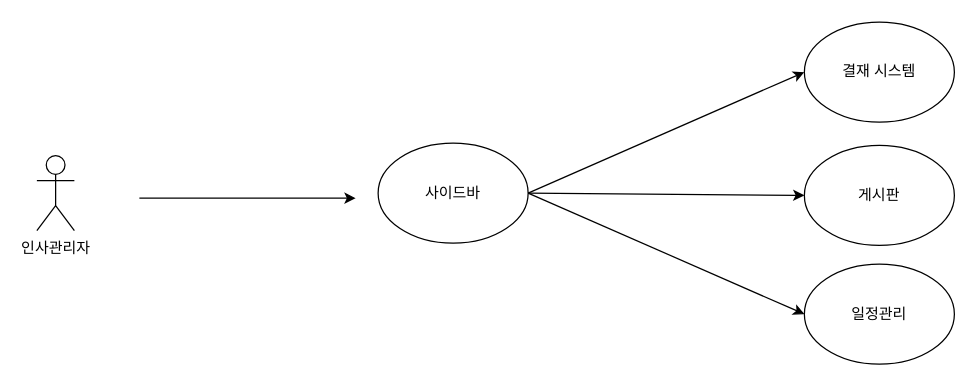
Earlier version of the draw.io diagram 일반 사원 사이드바.drawio (fury2019/Diagram). Source tidied: cells renumbered, new cells numbered last; positions are measured from the earlier drawing's top-left corner, leaving out a move shared by most shapes. Both pictures are drawn from the tidied source at 125%, with x=0, y=0 at pixel (36, 21).
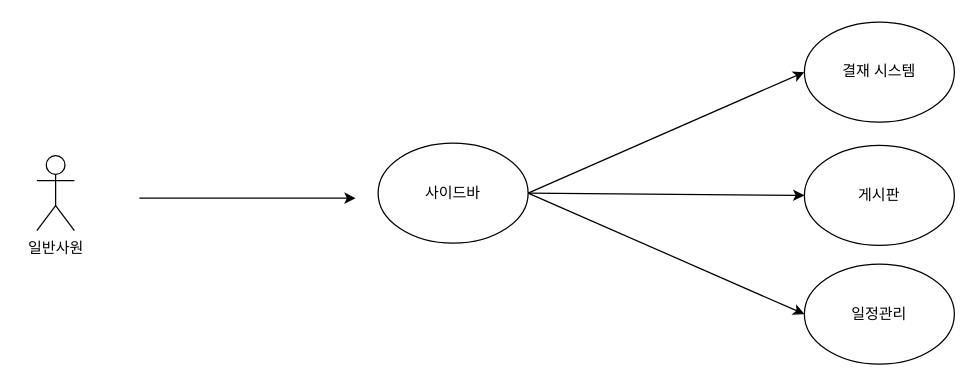
After the change.

Commit message:
일반 사원 사이드바.drawio 업데이트

Change to the diagram source:
```diff
@@
 <mxGraphModel>
   <root>
     <mxCell id="0" />
     <mxCell id="1" parent="0" />
-    <mxCell id="2" value="인사&lt;span style=&quot;background-color: transparent; color: light-dark(rgb(0, 0, 0), rgb(255, 255, 255));&quot;&gt;관리자&lt;/span&gt;&lt;div&gt;&lt;div&gt;&lt;br&gt;&lt;/div&gt;&lt;/div&gt;" style="shape=umlActor;verticalLabelPosition=bottom;verticalAlign=top;html=1;" parent="1" vertex="1">
+    <mxCell id="2" value="일반사원" style="shape=umlActor;verticalLabelPosition=bottom;verticalAlign=top;html=1;" parent="1" vertex="1">
       <mxGeometry y="107" width="30" height="60" as="geometry" />
     </mxCell>
     <mxCell id="3" value="사이드바" style="ellipse;whiteSpace=wrap;html=1;" parent="1" vertex="1">
       <mxGeometry x="273" y="97" width="120" height="80" as="geometry" />
     </mxCell>
     <mxCell id="4" value="결재 시스템" style="ellipse;whiteSpace=wrap;html=1;" parent="1" vertex="1">
       <mxGeometry x="614" y="0.2" width="120" height="80" as="geometry" />
     </mxCell>
     <mxCell id="5" style="endArrow=classic;html=1;rounded=0;entryX=0;entryY=0.5;entryDx=0;entryDy=0;exitX=1;exitY=0.5;exitDx=0;exitDy=0;" parent="1" edge="1" source="3" target="4">
       <mxGeometry relative="1" as="geometry" />
     </mxCell>
     <mxCell id="6" style="endArrow=classic;html=1;rounded=0;" parent="1" edge="1">
       <mxGeometry relative="1" as="geometry">
         <mxPoint x="82" y="141" as="sourcePoint" />
         <mxPoint x="255" y="141" as="targetPoint" />
       </mxGeometry>
     </mxCell>
     <mxCell id="7" value="게시판" style="ellipse;whiteSpace=wrap;html=1;" parent="1" vertex="1">
       <mxGeometry x="614" y="98.8" width="120" height="80" as="geometry" />
     </mxCell>
     <mxCell id="8" value="일정관리" style="ellipse;whiteSpace=wrap;html=1;" parent="1" vertex="1">
       <mxGeometry x="614" y="193.8" width="120" height="80" as="geometry" />
     </mxCell>
     <mxCell id="9" style="endArrow=classic;html=1;rounded=0;entryX=0;entryY=0.5;entryDx=0;entryDy=0;exitX=1;exitY=0.5;exitDx=0;exitDy=0;" parent="1" edge="1" source="3" target="7">
       <mxGeometry relative="1" as="geometry" />
     </mxCell>
     <mxCell id="10" style="endArrow=classic;html=1;rounded=0;entryX=0;entryY=0.5;entryDx=0;entryDy=0;exitX=1;exitY=0.5;exitDx=0;exitDy=0;" parent="1" edge="1" source="3" target="8">
       <mxGeometry relative="1" as="geometry" />
     </mxCell>
   </root>
 </mxGraphModel>
```
